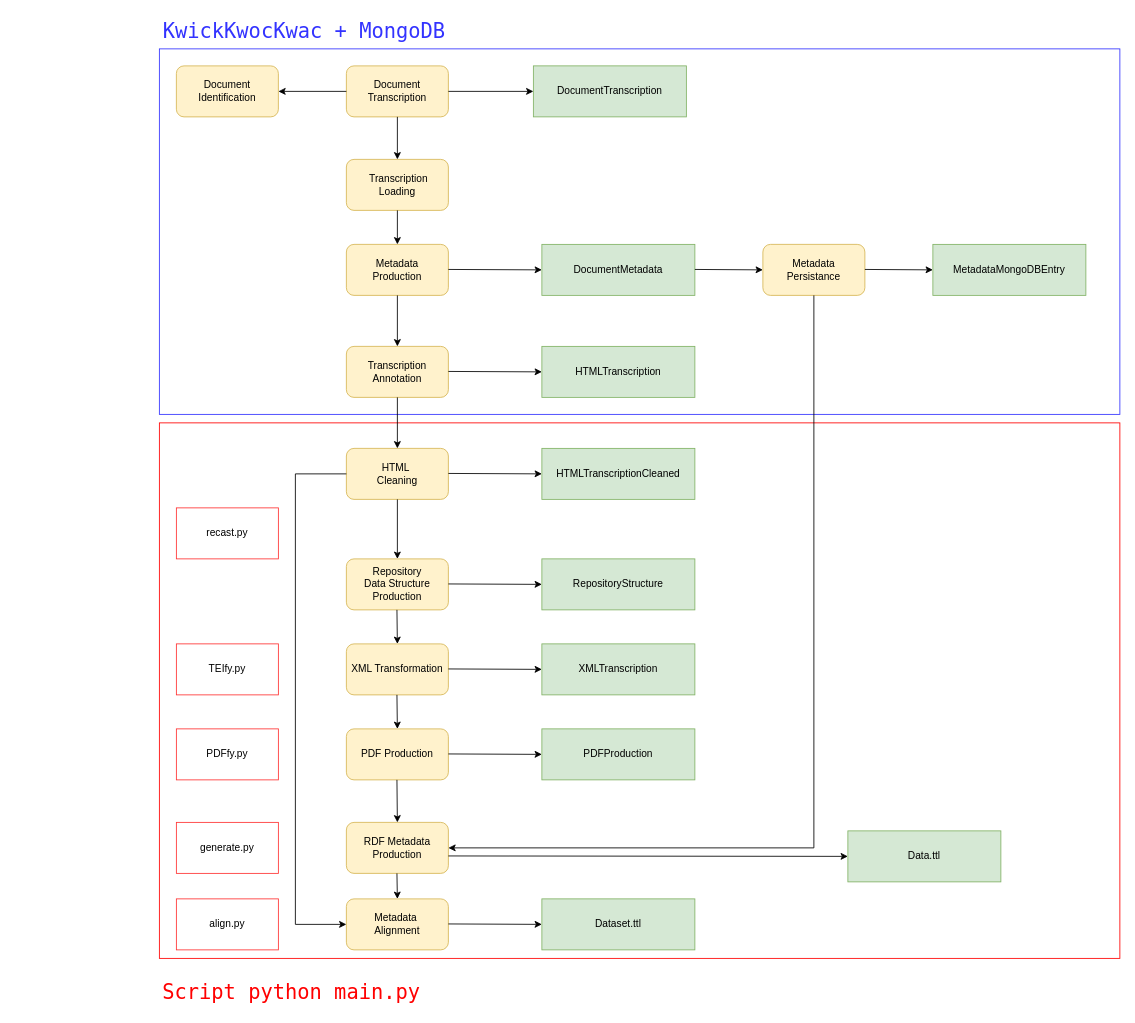
This is page "Pagina-2" (2 of 2) of Diagramma senza titolo.drawio from EricaAndreose/LaboratorySPM, a draw.io file, before an edit. Source tidied: cells renumbered, new cells numbered last; positions are measured from the earlier drawing's top-left corner, leaving out a move shared by most shapes. Both pictures are drawn from the tidied source at 85%, with x=0, y=0 at pixel (150, 14).
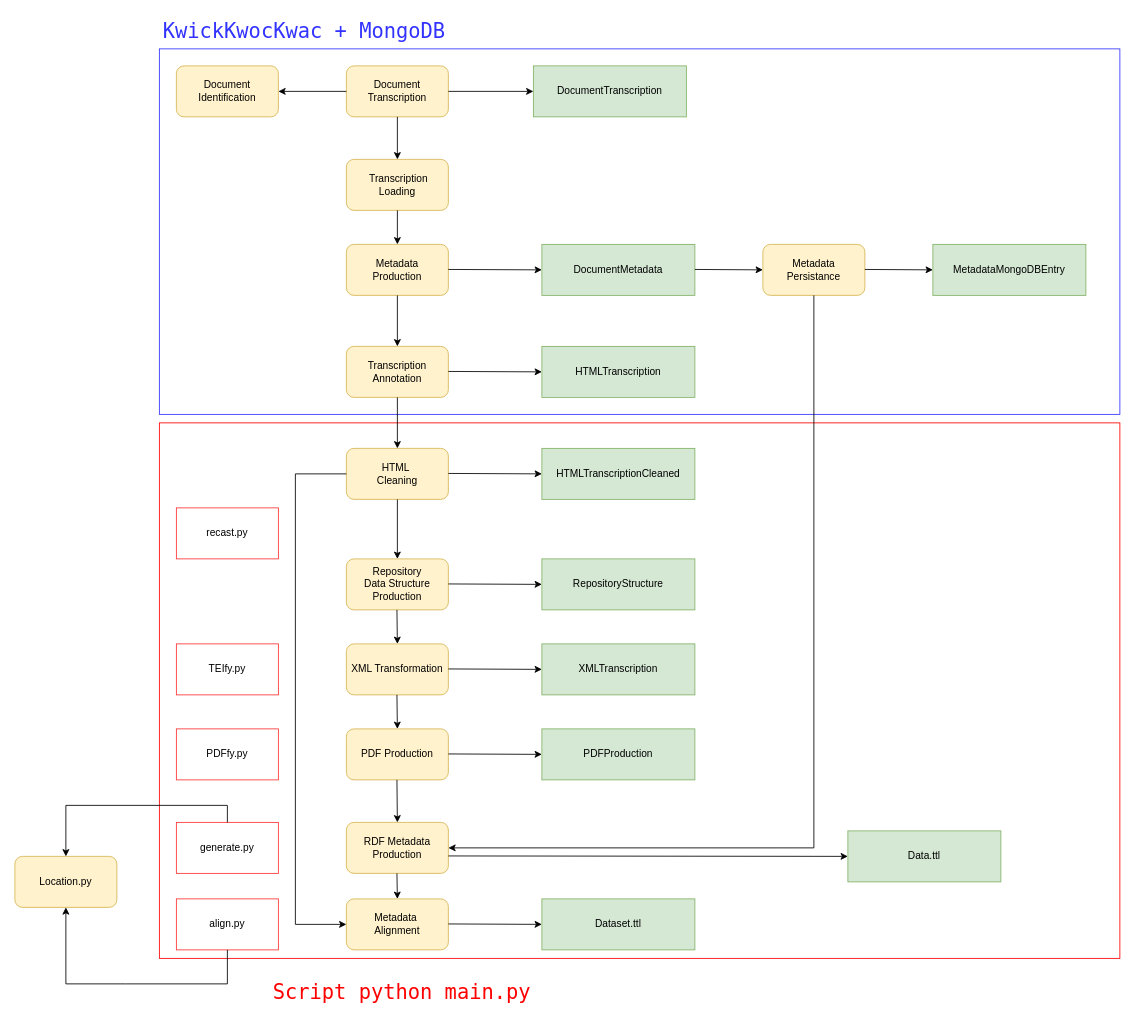
The same page after the edit.

Unchanged cells that the change refers to:
```xml
<mxCell id="54" value="generate.py" style="rounded=0;whiteSpace=wrap;html=1;fillColor=none;strokeColor=#FF3333;" parent="1" vertex="1">
  <mxGeometry x="30" y="950" width="120" height="60" as="geometry" />
</mxCell>
<mxCell id="55" value="align.py" style="rounded=0;whiteSpace=wrap;html=1;fillColor=none;strokeColor=#FF3333;" parent="1" vertex="1">
  <mxGeometry x="30" y="1040" width="120" height="60" as="geometry" />
</mxCell>
```

What changed in the source:
```diff
@@
     <mxCell id="50" value="&lt;font color=&quot;#ff0000&quot; face=&quot;Lucida Console&quot; style=&quot;font-size: 24px;&quot;&gt;Script python main.py&lt;/font&gt;" style="text;html=1;align=center;verticalAlign=middle;strokeColor=none;fillColor=none;" parent="1" vertex="1">
-      <mxGeometry y="1130" width="330" height="40" as="geometry" />
+      <mxGeometry x="130" y="1130" width="330" height="40" as="geometry" />
     </mxCell>
@@
+    <mxCell id="56" value="Location.py" style="rounded=1;whiteSpace=wrap;html=1;fillColor=#fff2cc;strokeColor=#d6b656;" parent="1" vertex="1">
+      <mxGeometry x="-160" y="990" width="120" height="60" as="geometry" />
+    </mxCell>
+    <mxCell id="57" style="endArrow=classic;html=1;rounded=0;exitX=0.5;exitY=0;exitDx=0;exitDy=0;entryX=0.5;entryY=0;entryDx=0;entryDy=0;" parent="1" edge="1" source="54" target="56">
+      <mxGeometry relative="1" as="geometry">
+        <Array as="points">
+          <mxPoint x="90" y="930" />
+          <mxPoint x="-100" y="930" />
+        </Array>
+      </mxGeometry>
+    </mxCell>
+    <mxCell id="58" style="endArrow=classic;html=1;rounded=0;exitX=0.5;exitY=1;exitDx=0;exitDy=0;entryX=0.5;entryY=1;entryDx=0;entryDy=0;" parent="1" edge="1" source="55" target="56">
+      <mxGeometry relative="1" as="geometry">
+        <Array as="points">
+          <mxPoint x="90" y="1140" />
+          <mxPoint x="-30" y="1140" />
+          <mxPoint x="-100" y="1140" />
+        </Array>
+      </mxGeometry>
+    </mxCell>
```
